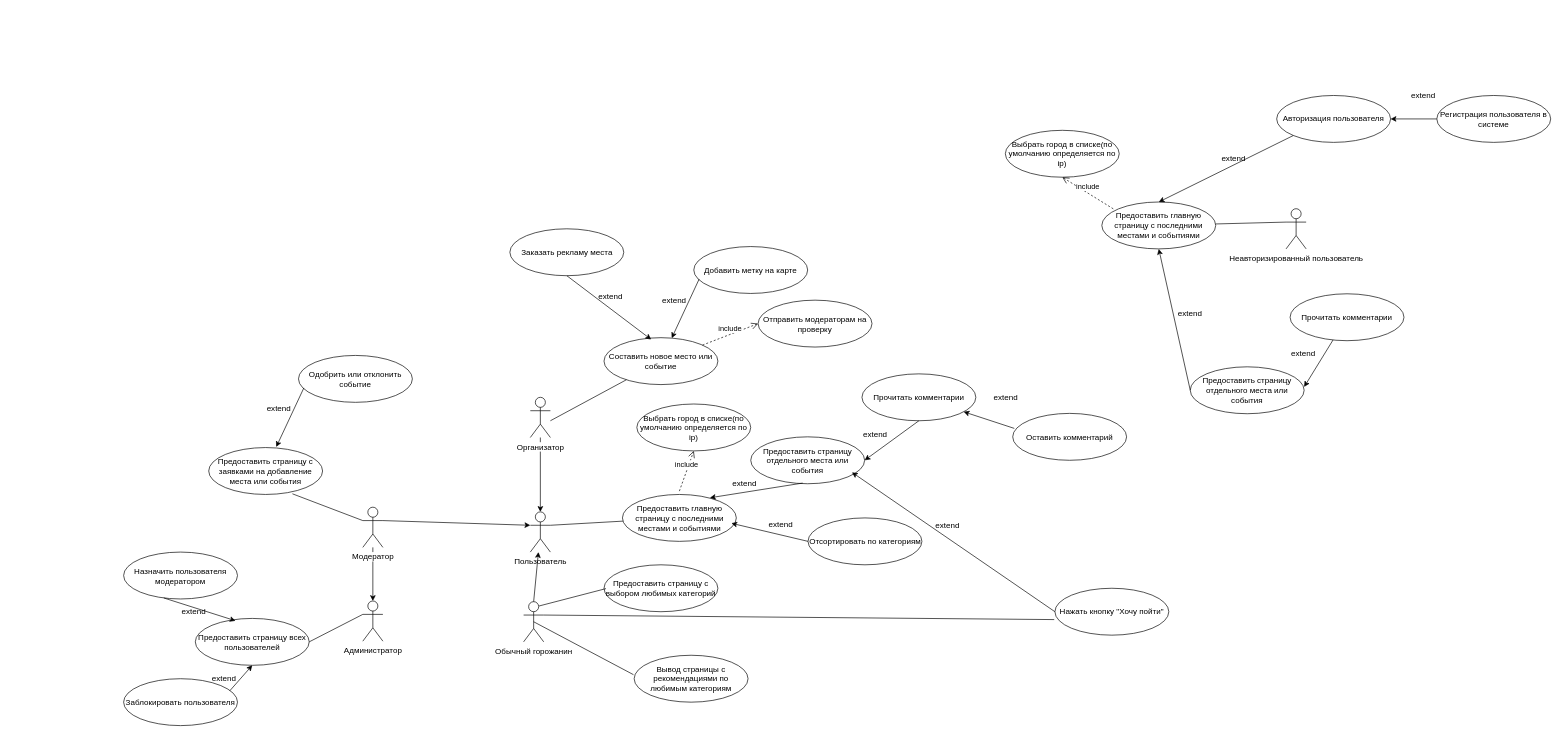
This is Untitled Diagram.drawio from melstr/UML, a draw.io file, before an edit. Source tidied: cells renumbered, new cells numbered last; positions are measured from the earlier drawing's top-left corner, leaving out a move shared by most shapes. Both pictures are drawn from the tidied source at 67%, with x=0, y=0 at pixel (123, 88).
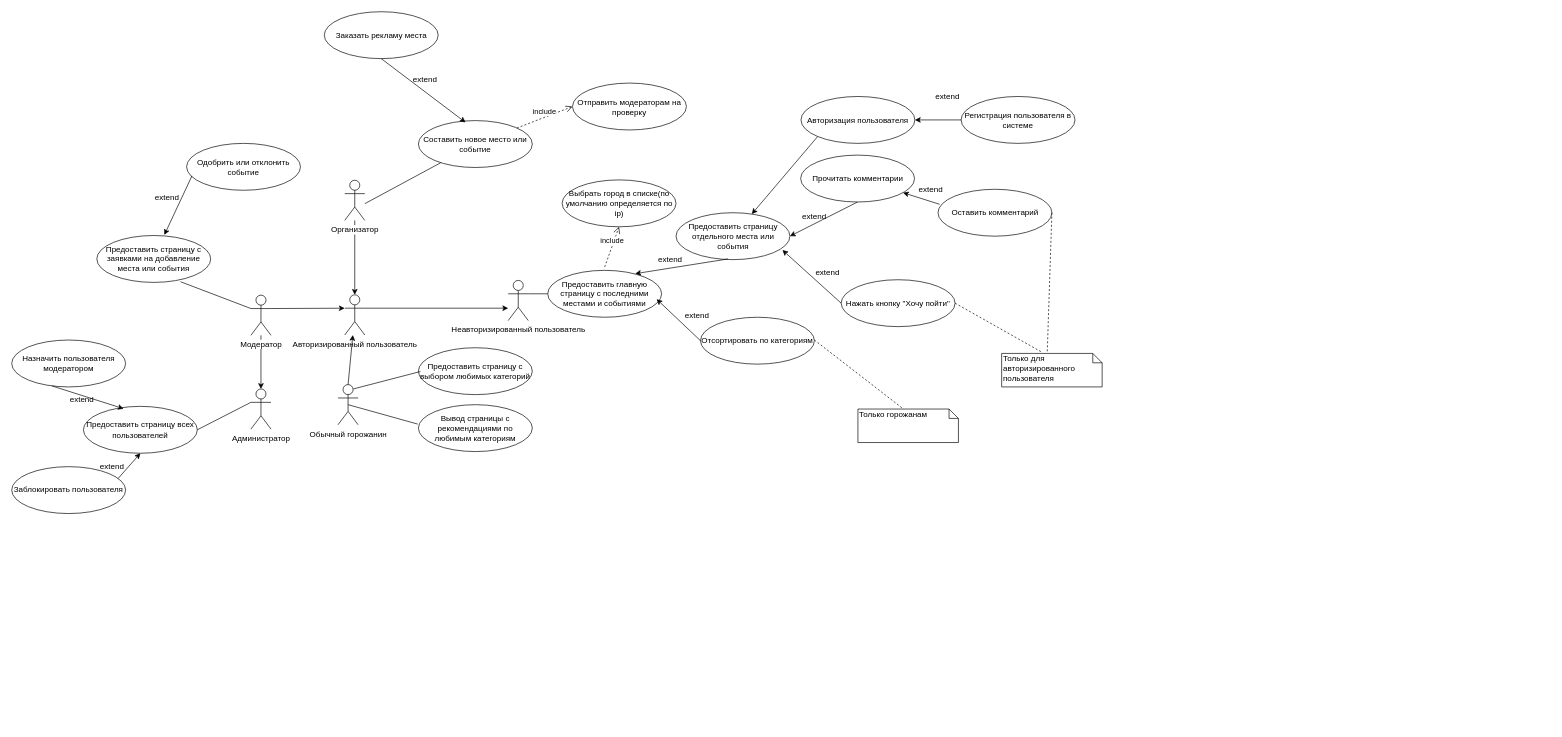
Above is the later version.

Change to the diagram source:
```diff
@@
+    <mxCell id="75" style="edgeStyle=orthogonalEdgeStyle;rounded=0;jettySize=auto;html=1;exitX=1;exitY=0.3333333333333333;exitDx=0;exitDy=0;exitPerimeter=0;" parent="1" edge="1" source="2" target="23">
+      <mxGeometry relative="1" as="geometry">
+        <Array as="points">
+          <mxPoint x="523" y="327" />
+          <mxPoint x="523" y="327" />
+        </Array>
+      </mxGeometry>
+    </mxCell>
-    <mxCell id="2" value="Пользователь" style="shape=umlActor;verticalLabelPosition=bottom;labelBackgroundColor=#ffffff;verticalAlign=top;html=1;outlineConnect=0;" parent="1" vertex="1">
-      <mxGeometry x="607" y="631.5" width="30" height="60" as="geometry" />
+    <mxCell id="2" value="Авторизированный пользователь" style="shape=umlActor;verticalLabelPosition=bottom;labelBackgroundColor=#ffffff;verticalAlign=top;html=1;outlineConnect=0;" parent="1" vertex="1">
+      <mxGeometry x="330" y="307.5" width="30" height="60" as="geometry" />
     </mxCell>
     <mxCell id="3" value="Авторизация пользователя" style="ellipse;whiteSpace=wrap;html=1;fillColor=none;" parent="1" vertex="1">
-      <mxGeometry x="1721" y="10" width="170" height="70" as="geometry" />
+      <mxGeometry x="1011" y="11.5" width="170" height="70" as="geometry" />
     </mxCell>
     <mxCell id="4" value="Предоставить главную страницу с последними местами и событиями" style="ellipse;whiteSpace=wrap;html=1;fillColor=none;" parent="1" vertex="1">
-      <mxGeometry x="744.5" y="605.5" width="170" height="70" as="geometry" />
+      <mxGeometry x="633" y="271" width="170" height="70" as="geometry" />
     </mxCell>
-    <mxCell id="5" style="endArrow=none;html=1;exitX=1;exitY=0.3333333333333333;exitDx=0;exitDy=0;exitPerimeter=0;" parent="1" edge="1" source="2" target="4">
+    <mxCell id="5" style="endArrow=none;html=1;exitX=1;exitY=0.3333333333333333;exitDx=0;exitDy=0;exitPerimeter=0;" parent="1" edge="1" source="23" target="4">
       <mxGeometry relative="1" as="geometry" />
     </mxCell>
-    <mxCell id="6" style="endArrow=classic;html=1;entryX=0.5;entryY=0;entryDx=0;entryDy=0;exitX=0;exitY=1;exitDx=0;exitDy=0;" parent="1" edge="1" source="3" target="24">
+    <mxCell id="6" style="endArrow=classic;html=1;exitX=0;exitY=1;exitDx=0;exitDy=0;" parent="1" edge="1" source="3" target="17">
       <mxGeometry relative="1" as="geometry" />
     </mxCell>
-    <mxCell id="7" value="extend" style="text;html=1;strokeColor=none;fillColor=none;align=center;verticalAlign=middle;whiteSpace=wrap;rounded=0;" parent="1" vertex="1">
-      <mxGeometry x="1637" y="95" width="40" height="20" as="geometry" />
-    </mxCell>
     <mxCell id="8" value="Регистрация пользователя в системе" style="ellipse;whiteSpace=wrap;html=1;fillColor=none;" parent="1" vertex="1">
-      <mxGeometry x="1960" y="10" width="170" height="70" as="geometry" />
+      <mxGeometry x="1250" y="11.5" width="170" height="70" as="geometry" />
     </mxCell>
@@
     <mxCell id="10" value="extend" style="text;html=1;strokeColor=none;fillColor=none;align=center;verticalAlign=middle;whiteSpace=wrap;rounded=0;" parent="1" vertex="1">
-      <mxGeometry x="1920" width="40" height="20" as="geometry" />
+      <mxGeometry x="1210" y="1.5" width="40" height="20" as="geometry" />
     </mxCell>
     <mxCell id="11" value="Обычный горожанин" style="shape=umlActor;verticalLabelPosition=bottom;labelBackgroundColor=#ffffff;verticalAlign=top;html=1;outlineConnect=0;" parent="1" vertex="1">
-      <mxGeometry x="597" y="765.5" width="30" height="60" as="geometry" />
+      <mxGeometry x="320" y="441.5" width="30" height="60" as="geometry" />
     </mxCell>
     <mxCell id="12" style="endArrow=classic;html=1;" parent="1" edge="1" target="2">
       <mxGeometry relative="1" as="geometry">
-        <mxPoint x="612" y="765.5" as="sourcePoint" />
+        <mxPoint x="335" y="441.5" as="sourcePoint" />
       </mxGeometry>
     </mxCell>
     <mxCell id="13" style="endArrow=none;html=1;" parent="1" edge="1">
       <mxGeometry relative="1" as="geometry">
-        <mxPoint x="620" y="772" as="sourcePoint" />
-        <mxPoint x="720" y="746" as="targetPoint" />
+        <mxPoint x="343" y="448" as="sourcePoint" />
+        <mxPoint x="443" y="422" as="targetPoint" />
       </mxGeometry>
     </mxCell>
     <mxCell id="14" value="Предоставить страницу с выбором любимых категорий" style="ellipse;whiteSpace=wrap;html=1;fillColor=none;" parent="1" vertex="1">
-      <mxGeometry x="717" y="710.5" width="170" height="70" as="geometry" />
+      <mxGeometry x="440" y="386.5" width="170" height="70" as="geometry" />
     </mxCell>
@@
     <mxCell id="16" value="Вывод страницы с рекомендациями по любимым категориям" style="ellipse;whiteSpace=wrap;html=1;fillColor=none;" parent="1" vertex="1">
-      <mxGeometry x="762" y="845.5" width="170" height="70" as="geometry" />
+      <mxGeometry x="440" y="471.5" width="170" height="70" as="geometry" />
     </mxCell>
     <mxCell id="17" value="Предоставить страницу отдельного места или события" style="ellipse;whiteSpace=wrap;html=1;fillColor=none;" parent="1" vertex="1">
-      <mxGeometry x="936" y="519.5" width="170" height="70" as="geometry" />
+      <mxGeometry x="824.5" y="185" width="170" height="70" as="geometry" />
     </mxCell>
     <mxCell id="18" value="Прочитать комментарии" style="ellipse;whiteSpace=wrap;html=1;fillColor=none;" parent="1" vertex="1">
-      <mxGeometry x="1102" y="425.5" width="170" height="70" as="geometry" />
+      <mxGeometry x="1010.5" y="99" width="170" height="70" as="geometry" />
     </mxCell>
     <mxCell id="19" style="endArrow=classic;html=1;exitX=0;exitY=0.5;exitDx=0;exitDy=0;entryX=0.768;entryY=0.071;entryDx=0;entryDy=0;entryPerimeter=0;" parent="1" edge="1" target="4">
       <mxGeometry relative="1" as="geometry">
-        <mxPoint x="1013.5" y="588.5" as="sourcePoint" />
+        <mxPoint x="902" y="254" as="sourcePoint" />
       </mxGeometry>
     </mxCell>
     <mxCell id="20" value="extend" style="text;html=1;strokeColor=none;fillColor=none;align=center;verticalAlign=middle;whiteSpace=wrap;rounded=0;" parent="1" vertex="1">
-      <mxGeometry x="907" y="579.5" width="40" height="20" as="geometry" />
+      <mxGeometry x="795.5" y="245" width="40" height="20" as="geometry" />
     </mxCell>
@@
     <mxCell id="22" value="extend" style="text;html=1;strokeColor=none;fillColor=none;align=center;verticalAlign=middle;whiteSpace=wrap;rounded=0;" parent="1" vertex="1">
-      <mxGeometry x="1102" y="505.5" width="40" height="20" as="geometry" />
+      <mxGeometry x="1011" y="181" width="40" height="20" as="geometry" />
     </mxCell>
     <mxCell id="23" value="Неавторизированный пользователь" style="shape=umlActor;verticalLabelPosition=bottom;labelBackgroundColor=#ffffff;verticalAlign=top;html=1;outlineConnect=0;" parent="1" vertex="1">
-      <mxGeometry x="1735" y="179" width="30" height="60" as="geometry" />
+      <mxGeometry x="574" y="286" width="30" height="60" as="geometry" />
     </mxCell>
-    <mxCell id="24" value="Предоставить главную страницу с последними местами и событиями" style="ellipse;whiteSpace=wrap;html=1;fillColor=none;" parent="1" vertex="1">
-      <mxGeometry x="1460" y="169" width="170" height="70" as="geometry" />
-    </mxCell>
-    <mxCell id="25" value="Предоставить страницу отдельного места или события" style="ellipse;whiteSpace=wrap;html=1;fillColor=none;" parent="1" vertex="1">
-      <mxGeometry x="1592" y="415" width="170" height="70" as="geometry" />
-    </mxCell>
-    <mxCell id="26" style="endArrow=classic;html=1;exitX=0;exitY=0.5;exitDx=0;exitDy=0;entryX=0.5;entryY=1;entryDx=0;entryDy=0;" parent="1" edge="1" source="25" target="24">
-      <mxGeometry relative="1" as="geometry" />
-    </mxCell>
-    <mxCell id="27" value="extend" style="text;html=1;strokeColor=none;fillColor=none;align=center;verticalAlign=middle;whiteSpace=wrap;rounded=0;" parent="1" vertex="1">
-      <mxGeometry x="1572" y="325" width="40" height="20" as="geometry" />
-    </mxCell>
-    <mxCell id="28" style="endArrow=none;html=1;entryX=0;entryY=0.3333333333333333;entryDx=0;entryDy=0;entryPerimeter=0;" parent="1" edge="1" source="24" target="23">
-      <mxGeometry relative="1" as="geometry" />
-    </mxCell>
-    <mxCell id="29" value="Прочитать комментарии" style="ellipse;whiteSpace=wrap;html=1;fillColor=none;" parent="1" vertex="1">
-      <mxGeometry x="1741" y="306" width="170" height="70" as="geometry" />
-    </mxCell>
-    <mxCell id="30" style="endArrow=classic;html=1;" parent="1" edge="1" source="29">
-      <mxGeometry relative="1" as="geometry">
-        <mxPoint x="1762" y="445" as="targetPoint" />
-      </mxGeometry>
-    </mxCell>
-    <mxCell id="31" value="extend" style="text;html=1;strokeColor=none;fillColor=none;align=center;verticalAlign=middle;whiteSpace=wrap;rounded=0;" parent="1" vertex="1">
-      <mxGeometry x="1741" y="386" width="40" height="20" as="geometry" />
-    </mxCell>
     <mxCell id="32" value="Оставить комментарий" style="ellipse;whiteSpace=wrap;html=1;fillColor=none;" parent="1" vertex="1">
-      <mxGeometry x="1327" y="484.5" width="170" height="70" as="geometry" />
+      <mxGeometry x="1215.5" y="150" width="170" height="70" as="geometry" />
     </mxCell>
@@
     <mxCell id="34" value="Организатор" style="shape=umlActor;verticalLabelPosition=bottom;labelBackgroundColor=#ffffff;verticalAlign=top;html=1;outlineConnect=0;" parent="1" vertex="1">
-      <mxGeometry x="607" y="460.5" width="30" height="60" as="geometry" />
+      <mxGeometry x="330" y="136.5" width="30" height="60" as="geometry" />
     </mxCell>
     <mxCell id="35" value="Отсортировать по категориям" style="ellipse;whiteSpace=wrap;html=1;fillColor=none;" parent="1" vertex="1">
-      <mxGeometry x="1021.5" y="640.5" width="170" height="70" as="geometry" />
+      <mxGeometry x="861" y="341" width="170" height="70" as="geometry" />
     </mxCell>
     <mxCell id="36" value="Составить новое место или событие" style="ellipse;whiteSpace=wrap;html=1;fillColor=none;" parent="1" vertex="1">
-      <mxGeometry x="717" y="371.5" width="170" height="70" as="geometry" />
+      <mxGeometry x="440" y="47.5" width="170" height="70" as="geometry" />
     </mxCell>
     <mxCell id="37" style="endArrow=none;html=1;exitX=1;exitY=0.3333333333333333;exitDx=0;exitDy=0;exitPerimeter=0;" parent="1" edge="1" target="36">
       <mxGeometry relative="1" as="geometry">
-        <mxPoint x="637" y="495.5" as="sourcePoint" />
+        <mxPoint x="360" y="171.5" as="sourcePoint" />
       </mxGeometry>
     </mxCell>
@@
     <mxCell id="39" value="Отправить модераторам на проверку" style="ellipse;whiteSpace=wrap;html=1;fillColor=none;" parent="1" vertex="1">
-      <mxGeometry x="947" y="315.5" width="170" height="70" as="geometry" />
+      <mxGeometry x="670" y="-8.5" width="170" height="70" as="geometry" />
     </mxCell>
     <mxCell id="40" style="endArrow=classic;html=1;exitX=0;exitY=0.5;exitDx=0;exitDy=0;entryX=0.768;entryY=0.071;entryDx=0;entryDy=0;entryPerimeter=0;fixDash=0;" parent="1" edge="1" source="35">
       <mxGeometry relative="1" as="geometry">
-        <mxPoint x="907.1" y="648.5" as="targetPoint" />
+        <mxPoint x="795.6" y="314" as="targetPoint" />
       </mxGeometry>
     </mxCell>
     <mxCell id="41" value="extend" style="text;html=1;strokeColor=none;fillColor=none;align=center;verticalAlign=middle;whiteSpace=wrap;rounded=0;" parent="1" vertex="1">
-      <mxGeometry x="960.5" y="640.5" width="40" height="20" as="geometry" />
+      <mxGeometry x="835.5" y="327.5" width="40" height="20" as="geometry" />
     </mxCell>
-    <mxCell id="42" value="Добавить метку на карте" style="ellipse;whiteSpace=wrap;html=1;fillColor=none;" parent="1" vertex="1">
-      <mxGeometry x="851" y="235.5" width="170" height="70" as="geometry" />
-    </mxCell>
-    <mxCell id="43" value="extend" style="text;html=1;strokeColor=none;fillColor=none;align=center;verticalAlign=middle;whiteSpace=wrap;rounded=0;" parent="1" vertex="1">
-      <mxGeometry x="802" y="305.5" width="40" height="20" as="geometry" />
-    </mxCell>
-    <mxCell id="44" style="endArrow=classic;html=1;exitX=0;exitY=0.5;exitDx=0;exitDy=0;" parent="1" edge="1" target="36">
-      <mxGeometry relative="1" as="geometry">
-        <mxPoint x="859" y="284" as="sourcePoint" />
-      </mxGeometry>
-    </mxCell>
@@
     <mxCell id="46" value="extend" style="text;html=1;strokeColor=none;fillColor=none;align=center;verticalAlign=middle;whiteSpace=wrap;rounded=0;" parent="1" vertex="1">
-      <mxGeometry x="1297" y="450.5" width="40" height="20" as="geometry" />
+      <mxGeometry x="1184.5" y="140.5" width="40" height="20" as="geometry" />
     </mxCell>
     <mxCell id="47" value="Нажать кнопку &quot;Хочу пойти&quot;" style="ellipse;whiteSpace=wrap;html=1;fillColor=none;" parent="1" vertex="1">
-      <mxGeometry x="1390" y="745.5" width="170" height="70" as="geometry" />
+      <mxGeometry x="1071" y="285" width="170" height="70" as="geometry" />
     </mxCell>
-    <mxCell id="48" style="endArrow=classic;html=1;exitX=0;exitY=0.5;exitDx=0;exitDy=0;entryX=0.768;entryY=0.071;entryDx=0;entryDy=0;entryPerimeter=0;fixDash=0;" parent="1" edge="1" source="47">
-      <mxGeometry relative="1" as="geometry">
-        <mxPoint x="1087.1" y="572.5" as="targetPoint" />
-      </mxGeometry>
+    <mxCell id="48" style="endArrow=classic;html=1;exitX=0;exitY=0.5;exitDx=0;exitDy=0;fixDash=0;entryX=0.934;entryY=0.795;entryDx=0;entryDy=0;entryPerimeter=0;" parent="1" edge="1" source="47" target="17">
+      <mxGeometry relative="1" as="geometry" />
     </mxCell>
     <mxCell id="49" value="extend" style="text;html=1;strokeColor=none;fillColor=none;align=center;verticalAlign=middle;whiteSpace=wrap;rounded=0;" parent="1" vertex="1">
-      <mxGeometry x="1210" y="641.5" width="40" height="20" as="geometry" />
+      <mxGeometry x="1031" y="265" width="40" height="20" as="geometry" />
     </mxCell>
@@
     <mxCell id="51" value="Модератор" style="shape=umlActor;verticalLabelPosition=bottom;labelBackgroundColor=#ffffff;verticalAlign=top;html=1;outlineConnect=0;" parent="1" vertex="1">
-      <mxGeometry x="357" y="624.5" width="30" height="60" as="geometry" />
+      <mxGeometry x="190" y="308" width="30" height="60" as="geometry" />
     </mxCell>
     <mxCell id="52" value="Администратор" style="shape=umlActor;verticalLabelPosition=bottom;labelBackgroundColor=#ffffff;verticalAlign=top;html=1;outlineConnect=0;" parent="1" vertex="1">
-      <mxGeometry x="357" y="764.5" width="30" height="60" as="geometry" />
+      <mxGeometry x="190" y="448" width="30" height="60" as="geometry" />
     </mxCell>
@@
     <mxCell id="54" value="Заказать рекламу места" style="ellipse;whiteSpace=wrap;html=1;fillColor=none;" parent="1" vertex="1">
-      <mxGeometry x="576.5" y="209" width="170" height="70" as="geometry" />
+      <mxGeometry x="299.5" y="-115" width="170" height="70" as="geometry" />
     </mxCell>
     <mxCell id="55" value="extend" style="text;html=1;strokeColor=none;fillColor=none;align=center;verticalAlign=middle;whiteSpace=wrap;rounded=0;" parent="1" vertex="1">
-      <mxGeometry x="706.5" y="299.5" width="40" height="20" as="geometry" />
+      <mxGeometry x="429.5" y="-24.5" width="40" height="20" as="geometry" />
     </mxCell>
@@
-    <mxCell id="57" style="endArrow=none;html=1;exitX=1;exitY=0.3333333333333333;exitDx=0;exitDy=0;exitPerimeter=0;entryX=-0.006;entryY=0.668;entryDx=0;entryDy=0;entryPerimeter=0;" parent="1" edge="1" source="11" target="47">
-      <mxGeometry relative="1" as="geometry" />
-    </mxCell>
     <mxCell id="58" value="Предоставить страницу с заявками на добавление места или события" style="ellipse;whiteSpace=wrap;html=1;fillColor=none;" parent="1" vertex="1">
-      <mxGeometry x="127" y="535.5" width="170" height="70" as="geometry" />
+      <mxGeometry x="-40" y="219" width="170" height="70" as="geometry" />
     </mxCell>
@@
     <mxCell id="60" value="Одобрить или отклонить событие" style="ellipse;whiteSpace=wrap;html=1;fillColor=none;" parent="1" vertex="1">
-      <mxGeometry x="261" y="398" width="170" height="70" as="geometry" />
+      <mxGeometry x="94" y="81.5" width="170" height="70" as="geometry" />
     </mxCell>
     <mxCell id="61" value="extend" style="text;html=1;strokeColor=none;fillColor=none;align=center;verticalAlign=middle;whiteSpace=wrap;rounded=0;" parent="1" vertex="1">
-      <mxGeometry x="212" y="468" width="40" height="20" as="geometry" />
+      <mxGeometry x="45" y="151.5" width="40" height="20" as="geometry" />
     </mxCell>
     <mxCell id="62" style="endArrow=classic;html=1;exitX=0;exitY=0.5;exitDx=0;exitDy=0;" parent="1" edge="1">
       <mxGeometry relative="1" as="geometry">
-        <mxPoint x="269" y="446.5" as="sourcePoint" />
-        <mxPoint x="227.8" y="534.6" as="targetPoint" />
+        <mxPoint x="102" y="130" as="sourcePoint" />
+        <mxPoint x="60.8" y="218.1" as="targetPoint" />
       </mxGeometry>
     </mxCell>
     <mxCell id="63" value="Предоставить страницу всех пользователей" style="ellipse;whiteSpace=wrap;html=1;fillColor=none;" parent="1" vertex="1">
-      <mxGeometry x="107" y="790.5" width="170" height="70" as="geometry" />
+      <mxGeometry x="-60" y="474" width="170" height="70" as="geometry" />
     </mxCell>
     <mxCell id="64" style="endArrow=none;html=1;exitX=0;exitY=0.3333333333333333;exitDx=0;exitDy=0;exitPerimeter=0;entryX=1;entryY=0.5;entryDx=0;entryDy=0;" parent="1" edge="1" target="63">
       <mxGeometry relative="1" as="geometry">
-        <mxPoint x="357" y="784.5" as="sourcePoint" />
+        <mxPoint x="190" y="468" as="sourcePoint" />
       </mxGeometry>
     </mxCell>
     <mxCell id="65" value="Заблокировать пользователя" style="ellipse;whiteSpace=wrap;html=1;fillColor=none;" parent="1" vertex="1">
-      <mxGeometry y="880.5" width="170" height="70" as="geometry" />
+      <mxGeometry x="-167" y="564" width="170" height="70" as="geometry" />
     </mxCell>
     <mxCell id="66" value="Назначить пользователя модератором" style="ellipse;whiteSpace=wrap;html=1;fillColor=none;" parent="1" vertex="1">
-      <mxGeometry y="691.5" width="170" height="70" as="geometry" />
+      <mxGeometry x="-167" y="375" width="170" height="70" as="geometry" />
     </mxCell>
     <mxCell id="67" value="extend" style="text;html=1;strokeColor=none;fillColor=none;align=center;verticalAlign=middle;whiteSpace=wrap;rounded=0;" parent="1" vertex="1">
-      <mxGeometry x="85" y="770.5" width="40" height="20" as="geometry" />
+      <mxGeometry x="-82" y="454" width="40" height="20" as="geometry" />
     </mxCell>
     <mxCell id="68" style="endArrow=classic;html=1;exitX=0;exitY=0.5;exitDx=0;exitDy=0;entryX=0.5;entryY=0;entryDx=0;entryDy=0;" parent="1" edge="1">
       <mxGeometry relative="1" as="geometry">
-        <mxPoint x="60" y="760" as="sourcePoint" />
-        <mxPoint x="167" y="794" as="targetPoint" />
+        <mxPoint x="-107" y="443.5" as="sourcePoint" />
+        <mxPoint y="477.5" as="targetPoint" />
       </mxGeometry>
     </mxCell>
     <mxCell id="69" value="extend" style="text;html=1;strokeColor=none;fillColor=none;align=center;verticalAlign=middle;whiteSpace=wrap;rounded=0;" parent="1" vertex="1">
-      <mxGeometry x="130" y="870.5" width="40" height="20" as="geometry" />
+      <mxGeometry x="-37" y="554" width="40" height="20" as="geometry" />
     </mxCell>
     <mxCell id="70" style="endArrow=classic;html=1;exitX=0;exitY=0.5;exitDx=0;exitDy=0;entryX=0.5;entryY=1;entryDx=0;entryDy=0;" parent="1" edge="1" target="63">
       <mxGeometry relative="1" as="geometry">
-        <mxPoint x="158.5" y="898.5" as="sourcePoint" />
+        <mxPoint x="-8.5" y="582" as="sourcePoint" />
       </mxGeometry>
     </mxCell>
     <mxCell id="71" value="include" style="html=1;verticalAlign=bottom;endArrow=open;dashed=1;endSize=8;entryX=0.5;entryY=1;entryDx=0;entryDy=0;exitX=0.5;exitY=0;exitDx=0;exitDy=0;" parent="1" edge="1" target="72">
       <mxGeometry relative="1" as="geometry">
-        <mxPoint x="829.5" y="600.5" as="sourcePoint" />
+        <mxPoint x="718" y="266" as="sourcePoint" />
       </mxGeometry>
     </mxCell>
     <mxCell id="72" value="Выбрать город в списке(по умолчанию определяется по ip)" style="ellipse;whiteSpace=wrap;html=1;fillColor=none;" parent="1" vertex="1">
-      <mxGeometry x="766" y="470.5" width="170" height="70" as="geometry" />
+      <mxGeometry x="654.5" y="136" width="170" height="70" as="geometry" />
     </mxCell>
-    <mxCell id="73" value="include" style="html=1;verticalAlign=bottom;endArrow=open;dashed=1;endSize=8;entryX=0.5;entryY=1;entryDx=0;entryDy=0;exitX=0.036;exitY=0.353;exitDx=0;exitDy=0;exitPerimeter=0;" parent="1" edge="1" target="74">
-      <mxGeometry relative="1" as="geometry">
-        <mxPoint x="1477.1" y="179.2" as="sourcePoint" />
-      </mxGeometry>
-    </mxCell>
-    <mxCell id="74" value="Выбрать город в списке(по умолчанию определяется по ip)" style="ellipse;whiteSpace=wrap;html=1;fillColor=none;" parent="1" vertex="1">
-      <mxGeometry x="1316" y="62" width="170" height="70" as="geometry" />
-    </mxCell>
+    <mxCell id="76" value="Только для авторизированного пользователя" style="shape=note;whiteSpace=wrap;html=1;size=14;verticalAlign=top;align=left;spacingTop=-6;fillColor=none;" parent="1" vertex="1">
+      <mxGeometry x="1310.5" y="395" width="150" height="50" as="geometry" />
+    </mxCell>
+    <mxCell id="77" style="endArrow=none;dashed=1;html=1;entryX=0;entryY=0;entryDx=68;entryDy=0;entryPerimeter=0;exitX=1;exitY=0.5;exitDx=0;exitDy=0;" parent="1" edge="1" source="32" target="76">
+      <mxGeometry relative="1" as="geometry" />
+    </mxCell>
+    <mxCell id="78" style="endArrow=none;dashed=1;html=1;entryX=0.397;entryY=-0.042;entryDx=0;entryDy=0;entryPerimeter=0;exitX=1;exitY=0.5;exitDx=0;exitDy=0;" parent="1" edge="1" source="47" target="76">
+      <mxGeometry relative="1" as="geometry" />
+    </mxCell>
+    <mxCell id="79" value="Только горожанам" style="shape=note;whiteSpace=wrap;html=1;size=14;verticalAlign=top;align=left;spacingTop=-6;fillColor=none;" parent="1" vertex="1">
+      <mxGeometry x="1096" y="478" width="150" height="50" as="geometry" />
+    </mxCell>
+    <mxCell id="80" style="endArrow=none;dashed=1;html=1;entryX=0;entryY=0;entryDx=68;entryDy=0;entryPerimeter=0;exitX=1;exitY=0.5;exitDx=0;exitDy=0;" parent="1" edge="1" target="79">
+      <mxGeometry relative="1" as="geometry">
+        <mxPoint x="1031" y="375" as="sourcePoint" />
+      </mxGeometry>
+    </mxCell>
```
